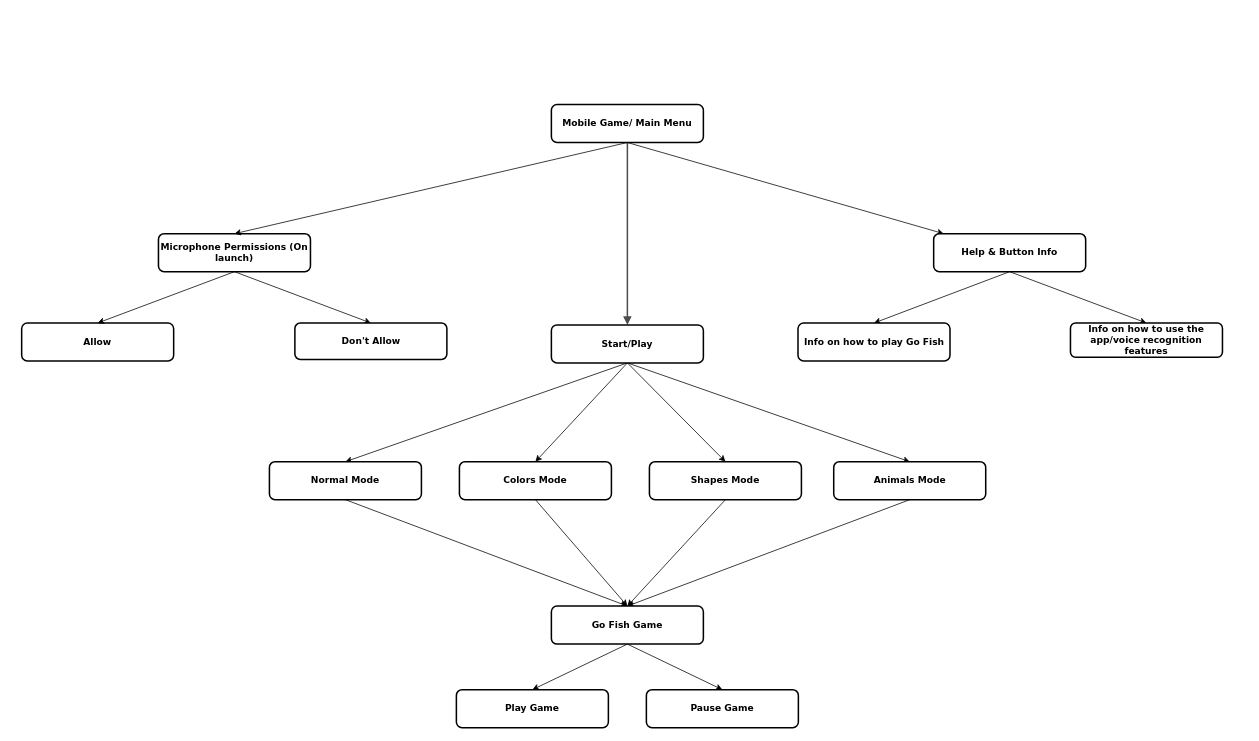
The draw.io diagram Game Design - Call and Return.drawio in isobonja/CS-321-Project, before the edit. Source tidied: cells renumbered, new cells numbered last; positions are measured from the earlier drawing's top-left corner, leaving out a move shared by most shapes. Both pictures are drawn from the tidied source at 76%, with x=0, y=0 at pixel (21, 104).
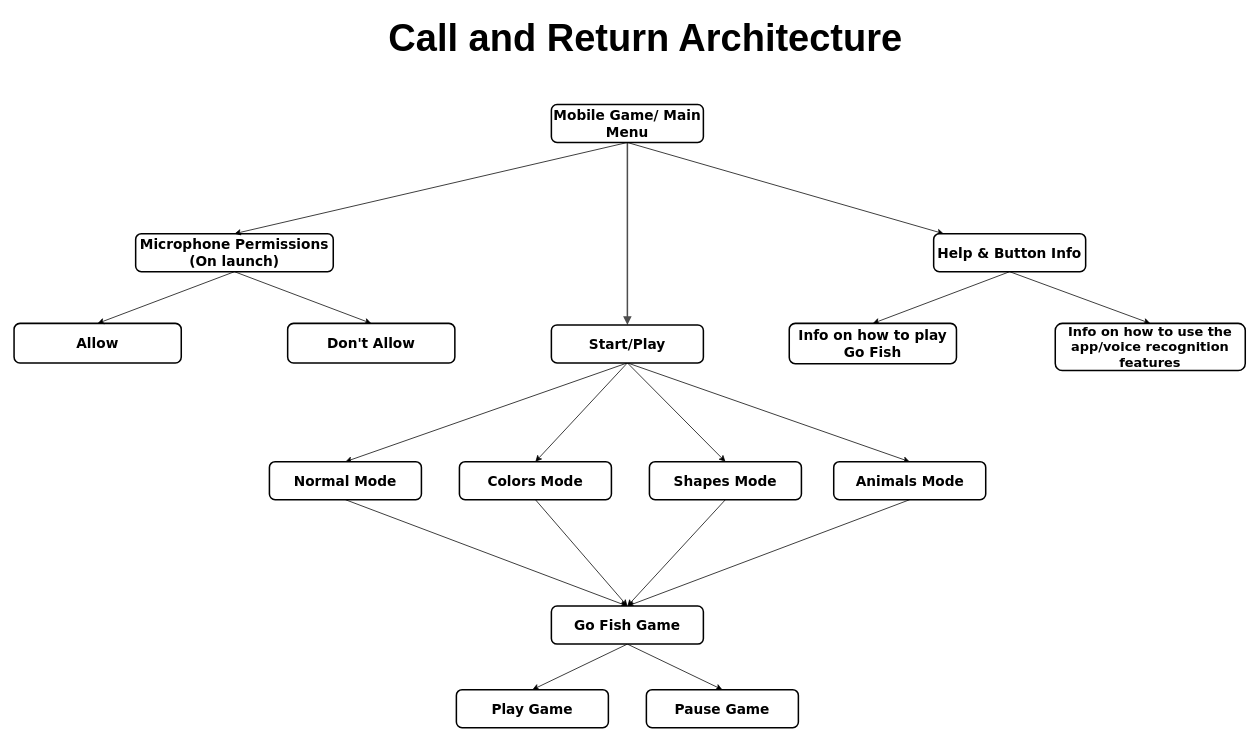
The same diagram, later.

Change to the diagram source:
```diff
@@
-    <mxCell id="3" value="&lt;span&gt;Allow&lt;br&gt;&lt;/span&gt;" style="whiteSpace=wrap;html=1;rounded=1;shadow=0;comic=0;strokeWidth=2;fillColor=#ffffff;fontFamily=Verdana;align=center;fontSize=12;fontStyle=1;" parent="1" vertex="1">
-      <mxGeometry y="287.5" width="200" height="50" as="geometry" />
+    <mxCell id="3" value="&lt;span&gt;&lt;font style=&quot;font-size: 18px&quot;&gt;Allow&lt;/font&gt;&lt;br&gt;&lt;/span&gt;" style="whiteSpace=wrap;html=1;rounded=1;shadow=0;comic=0;strokeWidth=2;fillColor=#ffffff;fontFamily=Verdana;align=center;fontSize=12;fontStyle=1;" parent="1" vertex="1">
+      <mxGeometry x="-10" y="288" width="220" height="52" as="geometry" />
     </mxCell>
@@
-    <mxCell id="6" value="Microphone Permissions (On launch)" style="whiteSpace=wrap;html=1;rounded=1;shadow=0;comic=0;strokeWidth=2;fillColor=#ffffff;fontFamily=Verdana;align=center;fontSize=12;fontStyle=1;" parent="1" vertex="1">
-      <mxGeometry x="180" y="170" width="200" height="50" as="geometry" />
+    <mxCell id="6" value="&lt;font style=&quot;font-size: 18px&quot;&gt;Microphone Permissions (On launch)&lt;/font&gt;" style="whiteSpace=wrap;html=1;rounded=1;shadow=0;comic=0;strokeWidth=2;fillColor=#ffffff;fontFamily=Verdana;align=center;fontSize=12;fontStyle=1;" parent="1" vertex="1">
+      <mxGeometry x="150" y="170" width="260" height="50" as="geometry" />
     </mxCell>
-    <mxCell id="7" value="Don't Allow" style="whiteSpace=wrap;html=1;rounded=1;shadow=0;comic=0;strokeWidth=2;fillColor=#ffffff;fontFamily=Verdana;align=center;fontSize=12;fontStyle=1;" parent="1" vertex="1">
-      <mxGeometry x="359.5" y="287.5" width="200" height="48" as="geometry" />
+    <mxCell id="7" value="&lt;font style=&quot;font-size: 18px&quot;&gt;Don't Allow&lt;/font&gt;" style="whiteSpace=wrap;html=1;rounded=1;shadow=0;comic=0;strokeWidth=2;fillColor=#ffffff;fontFamily=Verdana;align=center;fontSize=12;fontStyle=1;" parent="1" vertex="1">
+      <mxGeometry x="350" y="288" width="220" height="52" as="geometry" />
     </mxCell>
@@
-    <mxCell id="12" value="Start/Play" style="whiteSpace=wrap;html=1;rounded=1;shadow=0;comic=0;strokeWidth=2;fillColor=#ffffff;fontFamily=Verdana;align=center;fontSize=12;fontStyle=1;" parent="1" vertex="1">
+    <mxCell id="12" value="&lt;font style=&quot;font-size: 18px&quot;&gt;Start/Play&lt;/font&gt;" style="whiteSpace=wrap;html=1;rounded=1;shadow=0;comic=0;strokeWidth=2;fillColor=#ffffff;fontFamily=Verdana;align=center;fontSize=12;fontStyle=1;" parent="1" vertex="1">
       <mxGeometry x="697" y="290" width="200" height="50" as="geometry" />
     </mxCell>
@@
-    <mxCell id="15" value="Mobile Game/ Main Menu" style="whiteSpace=wrap;html=1;rounded=1;shadow=0;comic=0;strokeWidth=2;fillColor=#ffffff;fontFamily=Verdana;align=center;fontSize=12;fontStyle=1;" parent="1" vertex="1">
+    <mxCell id="15" value="&lt;font style=&quot;font-size: 18px&quot;&gt;Mobile Game/ Main Menu&lt;/font&gt;" style="whiteSpace=wrap;html=1;rounded=1;shadow=0;comic=0;strokeWidth=2;fillColor=#ffffff;fontFamily=Verdana;align=center;fontSize=12;fontStyle=1;" parent="1" vertex="1">
       <mxGeometry x="697" width="200" height="50" as="geometry" />
     </mxCell>
@@
-    <mxCell id="18" value="Help &amp;amp; Button Info" style="whiteSpace=wrap;html=1;rounded=1;shadow=0;comic=0;strokeWidth=2;fillColor=#ffffff;fontFamily=Verdana;align=center;fontSize=12;fontStyle=1;" parent="1" vertex="1">
+    <mxCell id="18" value="&lt;font style=&quot;font-size: 18px&quot;&gt;Help &amp;amp; Button Info&lt;/font&gt;" style="whiteSpace=wrap;html=1;rounded=1;shadow=0;comic=0;strokeWidth=2;fillColor=#ffffff;fontFamily=Verdana;align=center;fontSize=12;fontStyle=1;" parent="1" vertex="1">
       <mxGeometry x="1200" y="170" width="200" height="50" as="geometry" />
     </mxCell>
-    <mxCell id="19" value="&lt;span&gt;Info on how to play Go Fish&lt;br&gt;&lt;/span&gt;" style="whiteSpace=wrap;html=1;rounded=1;shadow=0;comic=0;strokeWidth=2;fillColor=#ffffff;fontFamily=Verdana;align=center;fontSize=12;fontStyle=1;" parent="1" vertex="1">
-      <mxGeometry x="1021.5" y="287.5" width="200" height="50" as="geometry" />
+    <mxCell id="19" value="&lt;span&gt;&lt;font style=&quot;font-size: 18px&quot;&gt;Info on how to play Go Fish&lt;/font&gt;&lt;br&gt;&lt;/span&gt;" style="whiteSpace=wrap;html=1;rounded=1;shadow=0;comic=0;strokeWidth=2;fillColor=#ffffff;fontFamily=Verdana;align=center;fontSize=12;fontStyle=1;" parent="1" vertex="1">
+      <mxGeometry x="1010" y="288" width="220" height="53" as="geometry" />
     </mxCell>
-    <mxCell id="20" value="Info on how to use the app/voice recognition features" style="whiteSpace=wrap;html=1;rounded=1;shadow=0;comic=0;strokeWidth=2;fillColor=#ffffff;fontFamily=Verdana;align=center;fontSize=12;fontStyle=1;" parent="1" vertex="1">
-      <mxGeometry x="1380" y="287.5" width="200" height="45" as="geometry" />
+    <mxCell id="20" value="&lt;font style=&quot;font-size: 17px&quot;&gt;Info on how to use the app/voice recognition features&lt;/font&gt;" style="whiteSpace=wrap;html=1;rounded=1;shadow=0;comic=0;strokeWidth=2;fillColor=#ffffff;fontFamily=Verdana;align=center;fontSize=12;fontStyle=1;" parent="1" vertex="1">
+      <mxGeometry x="1360" y="288" width="250" height="62" as="geometry" />
     </mxCell>
@@
-    <mxCell id="22" value="Animals Mode" style="whiteSpace=wrap;html=1;rounded=1;shadow=0;comic=0;strokeWidth=2;fillColor=#ffffff;fontFamily=Verdana;align=center;fontSize=12;fontStyle=1;" parent="1" vertex="1">
+    <mxCell id="22" value="&lt;font style=&quot;font-size: 18px&quot;&gt;Animals Mode&lt;/font&gt;" style="whiteSpace=wrap;html=1;rounded=1;shadow=0;comic=0;strokeWidth=2;fillColor=#ffffff;fontFamily=Verdana;align=center;fontSize=12;fontStyle=1;" parent="1" vertex="1">
       <mxGeometry x="1068.5" y="470" width="200" height="50" as="geometry" />
     </mxCell>
@@
-    <mxCell id="24" value="Shapes Mode" style="whiteSpace=wrap;html=1;rounded=1;shadow=0;comic=0;strokeWidth=2;fillColor=#ffffff;fontFamily=Verdana;align=center;fontSize=12;fontStyle=1;" parent="1" vertex="1">
+    <mxCell id="24" value="&lt;font style=&quot;font-size: 18px&quot;&gt;Shapes Mode&lt;/font&gt;" style="whiteSpace=wrap;html=1;rounded=1;shadow=0;comic=0;strokeWidth=2;fillColor=#ffffff;fontFamily=Verdana;align=center;fontSize=12;fontStyle=1;" parent="1" vertex="1">
       <mxGeometry x="826" y="470" width="200" height="50" as="geometry" />
     </mxCell>
@@
-    <mxCell id="26" value="Colors Mode" style="whiteSpace=wrap;html=1;rounded=1;shadow=0;comic=0;strokeWidth=2;fillColor=#ffffff;fontFamily=Verdana;align=center;fontSize=12;fontStyle=1;" parent="1" vertex="1">
+    <mxCell id="26" value="&lt;font style=&quot;font-size: 18px&quot;&gt;Colors Mode&lt;/font&gt;" style="whiteSpace=wrap;html=1;rounded=1;shadow=0;comic=0;strokeWidth=2;fillColor=#ffffff;fontFamily=Verdana;align=center;fontSize=12;fontStyle=1;" parent="1" vertex="1">
       <mxGeometry x="576" y="470" width="200" height="50" as="geometry" />
     </mxCell>
@@
-    <mxCell id="28" value="Normal Mode" style="whiteSpace=wrap;html=1;rounded=1;shadow=0;comic=0;strokeWidth=2;fillColor=#ffffff;fontFamily=Verdana;align=center;fontSize=12;fontStyle=1;" parent="1" vertex="1">
+    <mxCell id="28" value="&lt;font style=&quot;font-size: 18px&quot;&gt;Normal Mode&lt;/font&gt;" style="whiteSpace=wrap;html=1;rounded=1;shadow=0;comic=0;strokeWidth=2;fillColor=#ffffff;fontFamily=Verdana;align=center;fontSize=12;fontStyle=1;" parent="1" vertex="1">
       <mxGeometry x="326" y="470" width="200" height="50" as="geometry" />
     </mxCell>
@@
-    <mxCell id="31" value="Go Fish Game" style="whiteSpace=wrap;html=1;rounded=1;shadow=0;comic=0;strokeWidth=2;fillColor=#ffffff;fontFamily=Verdana;align=center;fontSize=12;fontStyle=1;" parent="1" vertex="1">
+    <mxCell id="31" value="&lt;font style=&quot;font-size: 18px&quot;&gt;Go Fish Game&lt;/font&gt;" style="whiteSpace=wrap;html=1;rounded=1;shadow=0;comic=0;strokeWidth=2;fillColor=#ffffff;fontFamily=Verdana;align=center;fontSize=12;fontStyle=1;" parent="1" vertex="1">
       <mxGeometry x="697" y="660" width="200" height="50" as="geometry" />
     </mxCell>
-    <mxCell id="32" value="Play Game" style="whiteSpace=wrap;html=1;rounded=1;shadow=0;comic=0;strokeWidth=2;fillColor=#ffffff;fontFamily=Verdana;align=center;fontSize=12;fontStyle=1;" parent="1" vertex="1">
+    <mxCell id="32" value="&lt;font style=&quot;font-size: 18px&quot;&gt;Play Game&lt;/font&gt;" style="whiteSpace=wrap;html=1;rounded=1;shadow=0;comic=0;strokeWidth=2;fillColor=#ffffff;fontFamily=Verdana;align=center;fontSize=12;fontStyle=1;" parent="1" vertex="1">
       <mxGeometry x="572" y="770" width="200" height="50" as="geometry" />
     </mxCell>
-    <mxCell id="33" value="Pause Game" style="whiteSpace=wrap;html=1;rounded=1;shadow=0;comic=0;strokeWidth=2;fillColor=#ffffff;fontFamily=Verdana;align=center;fontSize=12;fontStyle=1;" parent="1" vertex="1">
+    <mxCell id="33" value="&lt;font style=&quot;font-size: 18px&quot;&gt;Pause Game&lt;/font&gt;" style="whiteSpace=wrap;html=1;rounded=1;shadow=0;comic=0;strokeWidth=2;fillColor=#ffffff;fontFamily=Verdana;align=center;fontSize=12;fontStyle=1;" parent="1" vertex="1">
       <mxGeometry x="822" y="770" width="200" height="50" as="geometry" />
     </mxCell>
+    <mxCell id="34" value="&lt;b&gt;&lt;font style=&quot;font-size: 50px&quot;&gt;Call and Return Architecture&lt;/font&gt;&lt;/b&gt;" style="text;html=1;align=left;verticalAlign=top;spacingTop=-4;" parent="1" vertex="1">
+      <mxGeometry x="481" y="-120" width="690" height="30" as="geometry" />
+    </mxCell>
```
